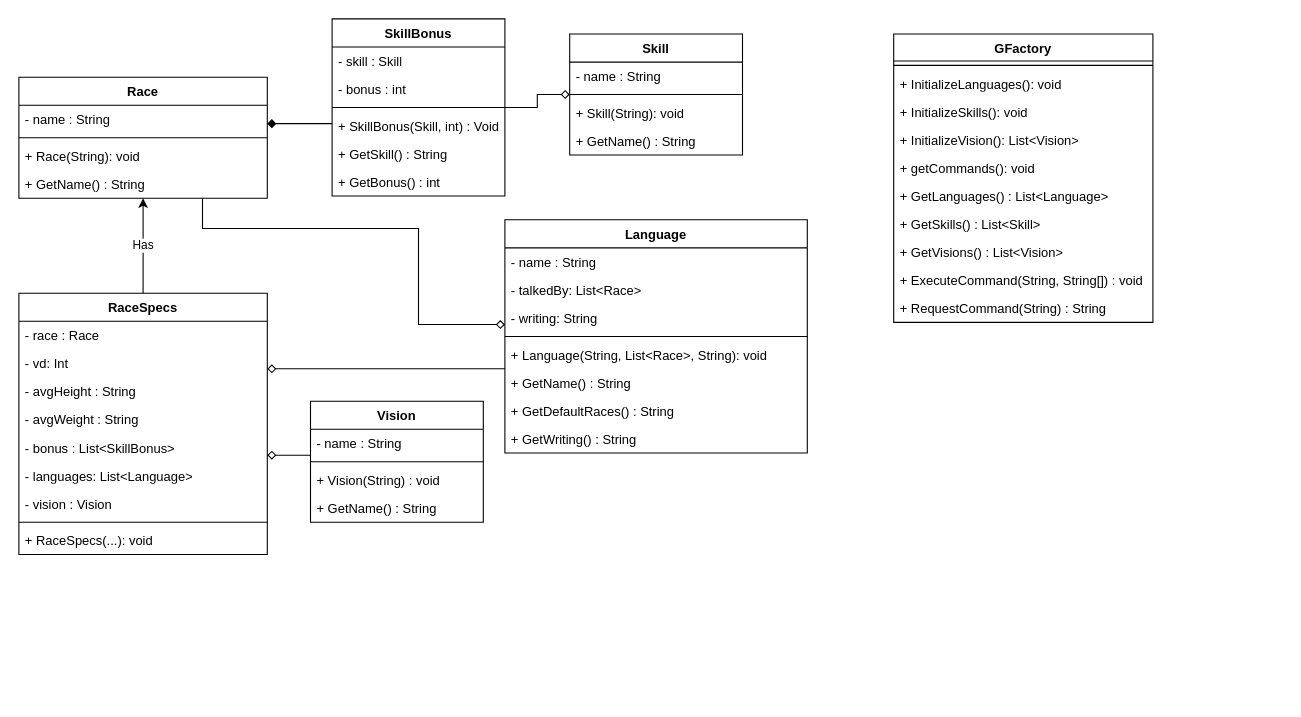
Earlier version of the draw.io diagram Class.drawio (salioundong/1SYA23_SN_Final). Source tidied: cells renumbered, new cells numbered last; positions are measured from the earlier drawing's top-left corner, leaving out a move shared by most shapes. Both pictures are drawn from the tidied source at 108%, with x=0, y=0 at pixel (18, 18).
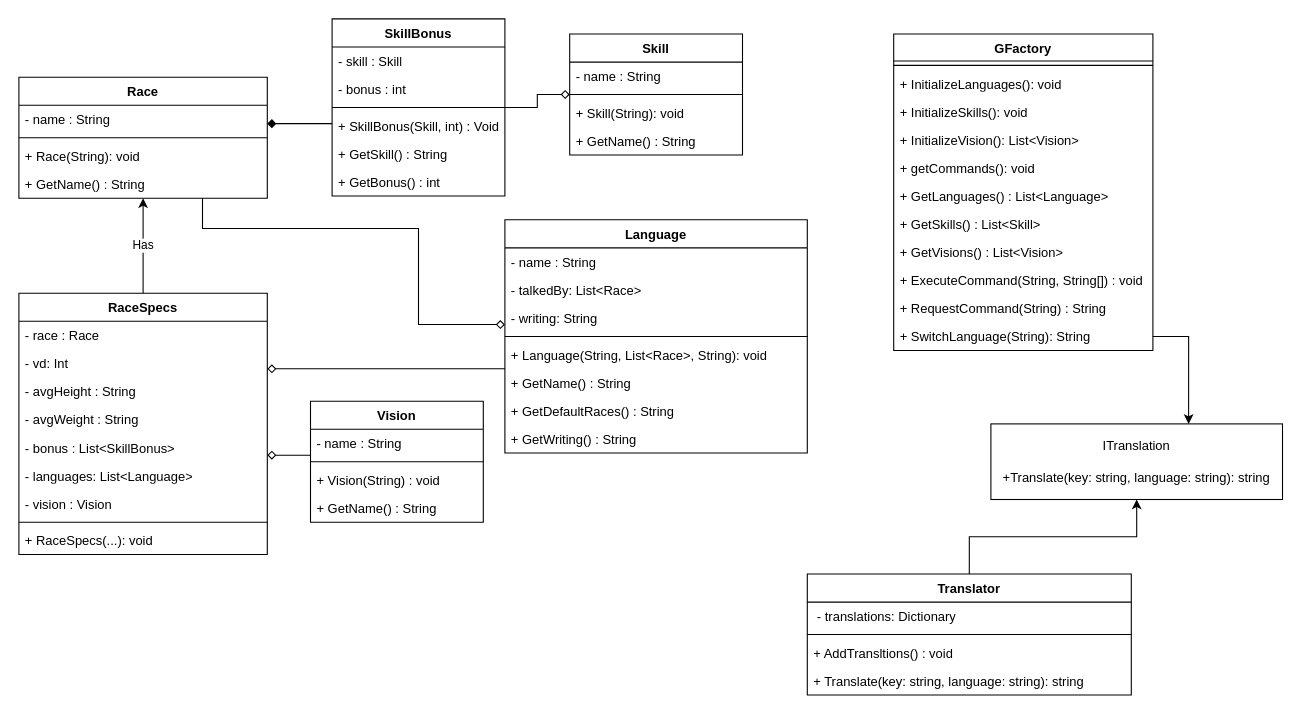
Above is the later version.

Commit message (it also covers changes not shown here):
UML fonctionnalité

What changed in the source:
```diff
@@
     <mxCell id="38" value="GFactory" style="swimlane;fontStyle=1;align=center;verticalAlign=top;horizontal=1;startSize=25;whiteSpace=wrap;html=1;" parent="1" vertex="1">
-      <mxGeometry x="810" y="14" width="240" height="267" as="geometry" />
+      <mxGeometry x="810" y="14" width="240" height="293" as="geometry" />
     </mxCell>
@@
+    <mxCell id="60" value="+ SwitchLanguage(String): String&amp;nbsp;" style="text;strokeColor=none;fillColor=none;align=left;verticalAlign=top;spacingLeft=4;spacingRight=4;overflow=hidden;points=[[0,0.5],[1,0.5]];portConstraint=eastwest;whiteSpace=wrap;html=1;" parent="38" vertex="1">
+      <mxGeometry y="267" width="240" height="26" as="geometry" />
+    </mxCell>
@@
+    <mxCell id="61" value="ITranslation&lt;br&gt;&lt;br&gt;+Translate(key: string, language: string): string" style="html=1;whiteSpace=wrap;" parent="1" vertex="1">
+      <mxGeometry x="900" y="375" width="270" height="70" as="geometry" />
+    </mxCell>
+    <mxCell id="62" style="edgeStyle=orthogonalEdgeStyle;rounded=0;jettySize=auto;html=1;" parent="1" edge="1" source="63" target="61">
+      <mxGeometry relative="1" as="geometry" />
+    </mxCell>
+    <mxCell id="63" value="Translator" style="swimlane;fontStyle=1;align=center;verticalAlign=top;horizontal=1;startSize=26;whiteSpace=wrap;html=1;" parent="1" vertex="1">
+      <mxGeometry x="730" y="514" width="300" height="112" as="geometry" />
+    </mxCell>
+    <mxCell id="64" value="&amp;nbsp;- translations: Dictionary" style="text;strokeColor=none;fillColor=none;align=left;verticalAlign=top;spacingLeft=4;spacingRight=4;overflow=hidden;whiteSpace=wrap;html=1;" parent="63" vertex="1">
+      <mxGeometry y="26" width="300" height="26" as="geometry" />
+    </mxCell>
+    <mxCell id="65" style="line;strokeWidth=1;fillColor=none;align=left;verticalAlign=middle;spacingTop=-1;spacingLeft=3;spacingRight=3;labelPosition=right;strokeColor=inherit;" parent="63" vertex="1">
+      <mxGeometry y="52" width="300" height="8" as="geometry" />
+    </mxCell>
+    <mxCell id="66" value="+ AddTransltions() : void" style="text;strokeColor=none;fillColor=none;align=left;verticalAlign=top;spacingLeft=4;spacingRight=4;overflow=hidden;whiteSpace=wrap;html=1;" parent="63" vertex="1">
+      <mxGeometry y="60" width="300" height="26" as="geometry" />
+    </mxCell>
+    <mxCell id="67" value="+ Translate(key: string, language: string): string" style="text;strokeColor=none;fillColor=none;align=left;verticalAlign=top;spacingLeft=4;spacingRight=4;overflow=hidden;whiteSpace=wrap;html=1;" parent="63" vertex="1">
+      <mxGeometry y="86" width="300" height="26" as="geometry" />
+    </mxCell>
+    <mxCell id="68" style="edgeStyle=orthogonalEdgeStyle;rounded=0;jettySize=auto;html=1;entryX=0.678;entryY=0;entryDx=0;entryDy=0;entryPerimeter=0;" parent="1" edge="1" source="60" target="61">
+      <mxGeometry relative="1" as="geometry" />
+    </mxCell>
```
